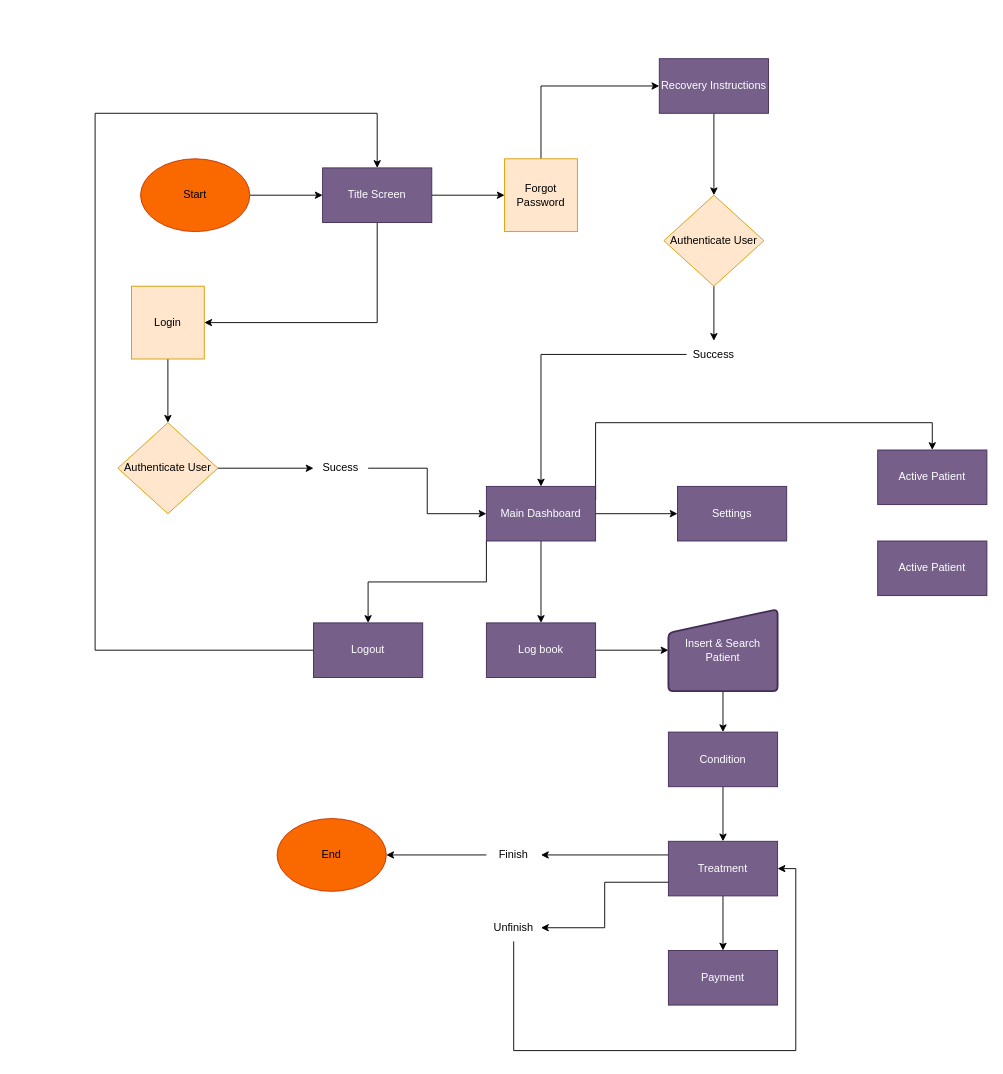
XeLTzy/my-second-repo keeps this draw.io diagram as Untitled Diagram.drawio. Above is the earlier version. Source tidied: cells renumbered, new cells numbered last; positions are measured from the earlier drawing's top-left corner, leaving out a move shared by most shapes. Both pictures are drawn from the tidied source at 91%, with x=0, y=0 at pixel (95, 58).
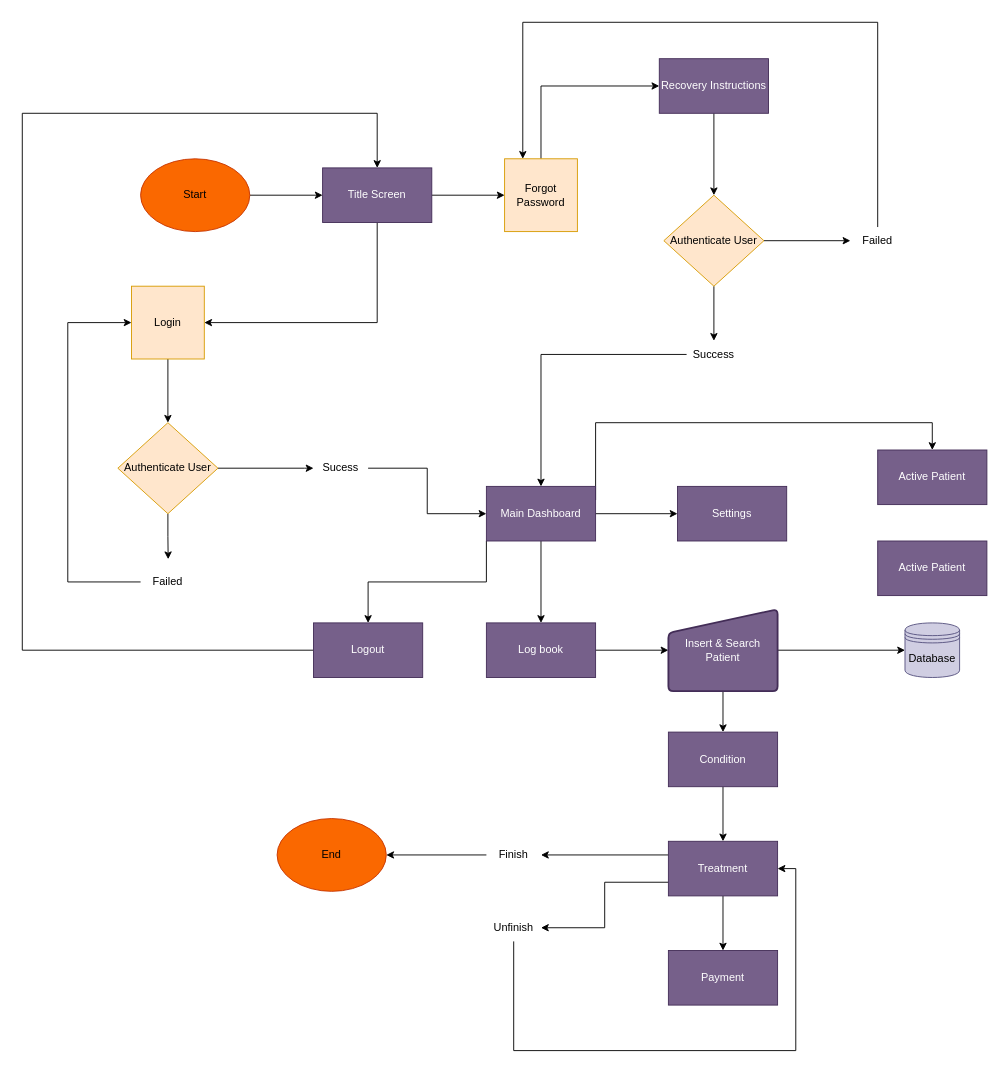
The same diagram, later.

The change refers to these unchanged cells:
```xml
<mxCell id="6" value="Title Screen" style="whiteSpace=wrap;html=1;fillColor=#76608a;strokeColor=#432D57;fontColor=#ffffff;" parent="1" vertex="1">
  <mxGeometry x="250" y="120" width="120" height="60" as="geometry" />
</mxCell>
<mxCell id="8" value="Login" style="whiteSpace=wrap;html=1;fillColor=#ffe6cc;strokeColor=#d79b00;rounded=0;" parent="1" vertex="1">
  <mxGeometry x="40" y="250" width="80" height="80" as="geometry" />
</mxCell>
<mxCell id="10" value="Forgot Password" style="whiteSpace=wrap;html=1;fillColor=#ffe6cc;strokeColor=#d79b00;rounded=0;" parent="1" vertex="1">
  <mxGeometry x="450" y="110" width="80" height="80" as="geometry" />
</mxCell>
<mxCell id="23" value="Insert &amp;amp; Search Patient" style="whiteSpace=wrap;html=1;fillColor=#76608a;strokeColor=#432D57;fontColor=#ffffff;rounded=1;glass=0;shadow=0;strokeWidth=2;shape=manualInput;size=26;arcSize=11;" parent="1" vertex="1">
  <mxGeometry x="630" y="605" width="120" height="90" as="geometry" />
</mxCell>
<mxCell id="33" value="Logout" style="whiteSpace=wrap;html=1;fillColor=#76608a;strokeColor=#432D57;fontColor=#ffffff;" parent="1" vertex="1">
  <mxGeometry x="240" y="620" width="120" height="60" as="geometry" />
</mxCell>
<mxCell id="42" value="Authenticate User" style="rhombus;whiteSpace=wrap;html=1;fillColor=#ffe6cc;strokeColor=#d79b00;rounded=0;" parent="1" vertex="1">
  <mxGeometry x="25" y="400" width="110" height="100" as="geometry" />
</mxCell>
<mxCell id="46" value="Authenticate User" style="rhombus;whiteSpace=wrap;html=1;fillColor=#ffe6cc;strokeColor=#d79b00;rounded=0;" parent="1" vertex="1">
  <mxGeometry x="625" y="150" width="110" height="100" as="geometry" />
</mxCell>
```

The edit, as a diff of the source:
```diff
@@
+    <mxCell id="47" style="edgeStyle=orthogonalEdgeStyle;rounded=0;jettySize=auto;html=1;exitX=1;exitY=0.5;exitDx=0;exitDy=0;entryX=0;entryY=0.5;entryDx=0;entryDy=0;" parent="1" edge="1" source="23" target="54">
+      <mxGeometry relative="1" as="geometry" />
+    </mxCell>
@@
     <mxCell id="32" style="edgeStyle=orthogonalEdgeStyle;rounded=0;jettySize=auto;html=1;exitX=0;exitY=0.5;exitDx=0;exitDy=0;entryX=0.5;entryY=0;entryDx=0;entryDy=0;" parent="1" edge="1" source="33" target="6">
       <mxGeometry relative="1" as="geometry">
         <Array as="points">
-          <mxPoint y="650" />
-          <mxPoint y="60" />
+          <mxPoint x="-80" y="650" />
+          <mxPoint x="-80" y="60" />
           <mxPoint x="310" y="60" />
         </Array>
       </mxGeometry>
     </mxCell>
@@
+    <mxCell id="48" style="edgeStyle=orthogonalEdgeStyle;rounded=0;jettySize=auto;html=1;exitX=0.5;exitY=1;exitDx=0;exitDy=0;" parent="1" edge="1" source="42">
+      <mxGeometry relative="1" as="geometry">
+        <mxPoint x="80.3" y="550" as="targetPoint" />
+      </mxGeometry>
+    </mxCell>
@@
+    <mxCell id="49" style="edgeStyle=orthogonalEdgeStyle;rounded=0;jettySize=auto;html=1;exitX=1;exitY=0.5;exitDx=0;exitDy=0;" parent="1" edge="1" source="46" target="53">
+      <mxGeometry relative="1" as="geometry" />
+    </mxCell>
@@
+    <mxCell id="50" style="edgeStyle=orthogonalEdgeStyle;rounded=0;jettySize=auto;html=1;exitX=0;exitY=0.5;exitDx=0;exitDy=0;entryX=0;entryY=0.5;entryDx=0;entryDy=0;" parent="1" edge="1" source="51" target="8">
+      <mxGeometry relative="1" as="geometry">
+        <Array as="points">
+          <mxPoint x="-30" y="575" />
+          <mxPoint x="-30" y="290" />
+        </Array>
+      </mxGeometry>
+    </mxCell>
+    <mxCell id="51" value="Failed" style="text;html=1;align=center;verticalAlign=middle;whiteSpace=wrap;rounded=0;" parent="1" vertex="1">
+      <mxGeometry x="50" y="560" width="60" height="30" as="geometry" />
+    </mxCell>
+    <mxCell id="52" style="edgeStyle=orthogonalEdgeStyle;rounded=0;jettySize=auto;html=1;exitX=0.5;exitY=0;exitDx=0;exitDy=0;entryX=0.25;entryY=0;entryDx=0;entryDy=0;" parent="1" edge="1" source="53" target="10">
+      <mxGeometry relative="1" as="geometry">
+        <Array as="points">
+          <mxPoint x="860" y="-40" />
+          <mxPoint x="470" y="-40" />
+        </Array>
+      </mxGeometry>
+    </mxCell>
+    <mxCell id="53" value="Failed" style="text;html=1;align=center;verticalAlign=middle;whiteSpace=wrap;rounded=0;" parent="1" vertex="1">
+      <mxGeometry x="830" y="185" width="60" height="30" as="geometry" />
+    </mxCell>
+    <mxCell id="54" value="Database" style="shape=datastore;whiteSpace=wrap;html=1;fillColor=#d0cee2;strokeColor=#56517e;" parent="1" vertex="1">
+      <mxGeometry x="890" y="620" width="60" height="60" as="geometry" />
+    </mxCell>
```
